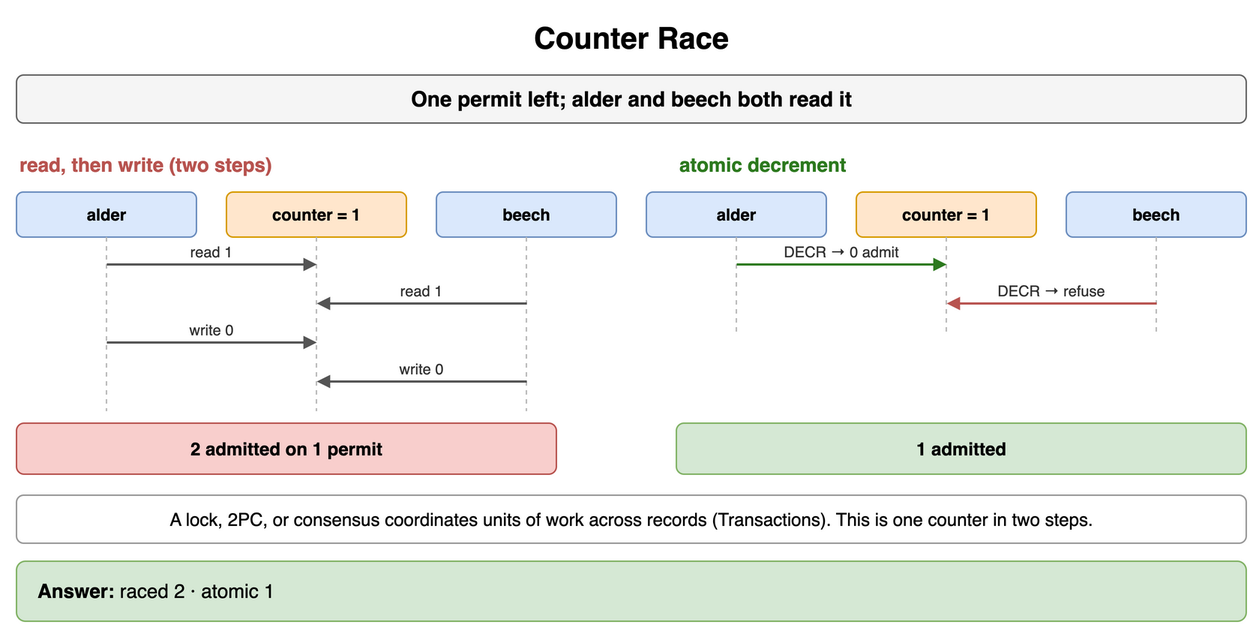
Before: content/09_System_Design_Interview/17_Rate_Limiting_and_Throttling/diagrams/rate-limiting-drills-7-counter-race.png, a diagram exported from draw.io (amendez13/swe-study-guide). Source tidied: cells renumbered, new cells last; positions are measured from the earlier drawing's top-left corner, leaving out a move shared by most shapes.
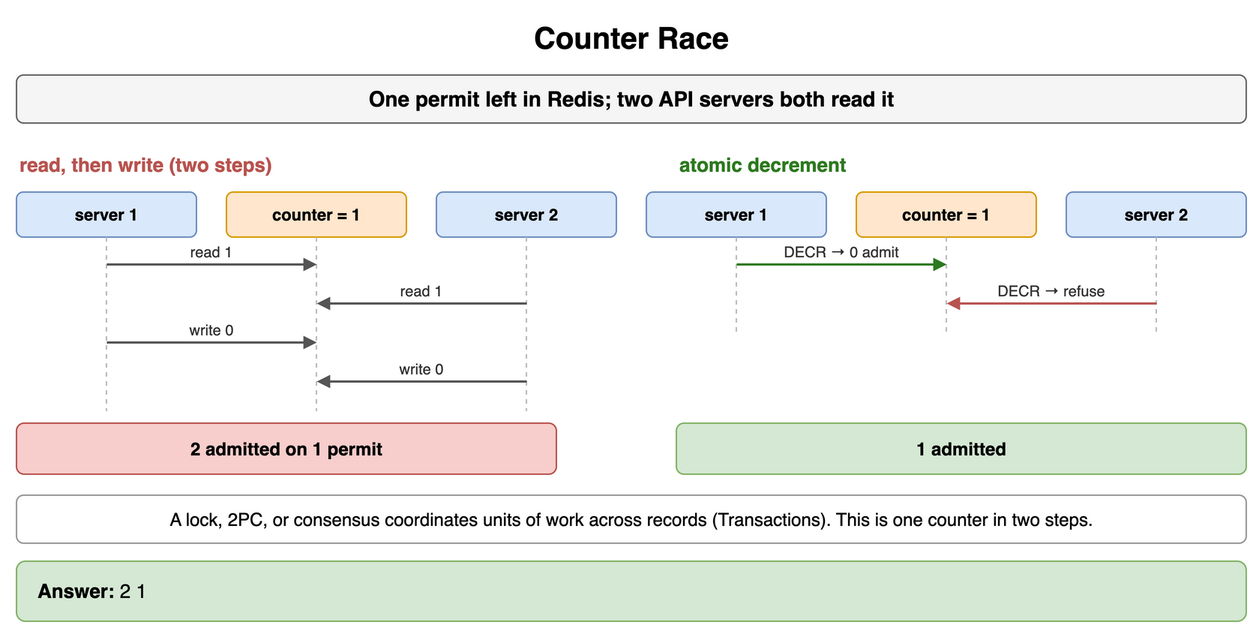
After the commit.

Change to the diagram source:
```diff
@@ -5,19 +5,19 @@
     <mxCell id="2" value="Counter Race" style="text;html=1;align=center;verticalAlign=middle;whiteSpace=wrap;fontSize=20;fontStyle=1;" parent="1" vertex="1">
       <mxGeometry width="820" height="30" as="geometry" />
     </mxCell>
-    <mxCell id="3" value="One permit left; alder and beech both read it" style="rounded=1;whiteSpace=wrap;html=1;fillColor=#f5f5f5;strokeColor=#666666;fontStyle=1;fontSize=14;" parent="1" vertex="1">
+    <mxCell id="3" value="One permit left in Redis; two API servers both read it" style="rounded=1;whiteSpace=wrap;html=1;fillColor=#f5f5f5;strokeColor=#666666;fontStyle=1;fontSize=14;" parent="1" vertex="1">
       <mxGeometry y="40" width="820" height="32" as="geometry" />
     </mxCell>
     <mxCell id="4" value="read, then write (two steps)" style="text;html=1;whiteSpace=wrap;fontSize=11;align=left;verticalAlign=middle;fontSize=13;fontColor=#b85450;fontStyle=1;" parent="1" vertex="1">
       <mxGeometry y="90" width="400" height="20" as="geometry" />
     </mxCell>
-    <mxCell id="5" value="alder" style="rounded=1;whiteSpace=wrap;html=1;fillColor=#dae8fc;strokeColor=#6c8ebf;fontSize=11;align=center;fontStyle=1;" parent="1" vertex="1">
+    <mxCell id="5" value="server 1" style="rounded=1;whiteSpace=wrap;html=1;fillColor=#dae8fc;strokeColor=#6c8ebf;fontSize=11;align=center;fontStyle=1;" parent="1" vertex="1">
       <mxGeometry y="118" width="120" height="30" as="geometry" />
     </mxCell>
     <mxCell id="6" value="counter = 1" style="rounded=1;whiteSpace=wrap;html=1;fillColor=#ffe6cc;strokeColor=#d79b00;fontSize=11;align=center;fontStyle=1;" parent="1" vertex="1">
       <mxGeometry x="140" y="118" width="120" height="30" as="geometry" />
     </mxCell>
-    <mxCell id="7" value="beech" style="rounded=1;whiteSpace=wrap;html=1;fillColor=#dae8fc;strokeColor=#6c8ebf;fontSize=11;align=center;fontStyle=1;" parent="1" vertex="1">
+    <mxCell id="7" value="server 2" style="rounded=1;whiteSpace=wrap;html=1;fillColor=#dae8fc;strokeColor=#6c8ebf;fontSize=11;align=center;fontStyle=1;" parent="1" vertex="1">
       <mxGeometry x="280" y="118" width="120" height="30" as="geometry" />
     </mxCell>
     <mxCell id="8" style="endArrow=none;html=1;strokeColor=#bbbbbb;dashed=1;" parent="1" edge="1">
@@ -80,13 +80,13 @@
     <mxCell id="20" value="atomic decrement" style="text;html=1;whiteSpace=wrap;fontSize=11;align=left;verticalAlign=middle;fontSize=13;fontColor=#2d7a1f;fontStyle=1;" parent="1" vertex="1">
       <mxGeometry x="440" y="90" width="380" height="20" as="geometry" />
     </mxCell>
-    <mxCell id="21" value="alder" style="rounded=1;whiteSpace=wrap;html=1;fillColor=#dae8fc;strokeColor=#6c8ebf;fontSize=11;align=center;fontStyle=1;" parent="1" vertex="1">
+    <mxCell id="21" value="server 1" style="rounded=1;whiteSpace=wrap;html=1;fillColor=#dae8fc;strokeColor=#6c8ebf;fontSize=11;align=center;fontStyle=1;" parent="1" vertex="1">
       <mxGeometry x="420" y="118" width="120" height="30" as="geometry" />
     </mxCell>
     <mxCell id="22" value="counter = 1" style="rounded=1;whiteSpace=wrap;html=1;fillColor=#ffe6cc;strokeColor=#d79b00;fontSize=11;align=center;fontStyle=1;" parent="1" vertex="1">
       <mxGeometry x="560" y="118" width="120" height="30" as="geometry" />
     </mxCell>
-    <mxCell id="23" value="beech" style="rounded=1;whiteSpace=wrap;html=1;fillColor=#dae8fc;strokeColor=#6c8ebf;fontSize=11;align=center;fontStyle=1;" parent="1" vertex="1">
+    <mxCell id="23" value="server 2" style="rounded=1;whiteSpace=wrap;html=1;fillColor=#dae8fc;strokeColor=#6c8ebf;fontSize=11;align=center;fontStyle=1;" parent="1" vertex="1">
       <mxGeometry x="700" y="118" width="120" height="30" as="geometry" />
     </mxCell>
     <mxCell id="24" style="endArrow=none;html=1;strokeColor=#bbbbbb;dashed=1;" parent="1" edge="1">
@@ -131,7 +131,7 @@
     <mxCell id="32" value="A lock, 2PC, or consensus coordinates units of work across records (Transactions). This is one counter in two steps." style="rounded=1;whiteSpace=wrap;html=1;fillColor=#ffffff;strokeColor=#999999;fontSize=12;align=center;" parent="1" vertex="1">
       <mxGeometry y="320" width="820" height="32" as="geometry" />
     </mxCell>
-    <mxCell id="33" value="&lt;b&gt;Answer:&lt;/b&gt; raced 2 · atomic 1" style="rounded=1;whiteSpace=wrap;html=1;fillColor=#d5e8d4;strokeColor=#82b366;fontSize=13;align=left;spacingLeft=12;" parent="1" vertex="1">
+    <mxCell id="33" value="&lt;b&gt;Answer:&lt;/b&gt; 2 1" style="rounded=1;whiteSpace=wrap;html=1;fillColor=#d5e8d4;strokeColor=#82b366;fontSize=13;align=left;spacingLeft=12;" parent="1" vertex="1">
       <mxGeometry y="364" width="820" height="40" as="geometry" />
     </mxCell>
   </root>
```
